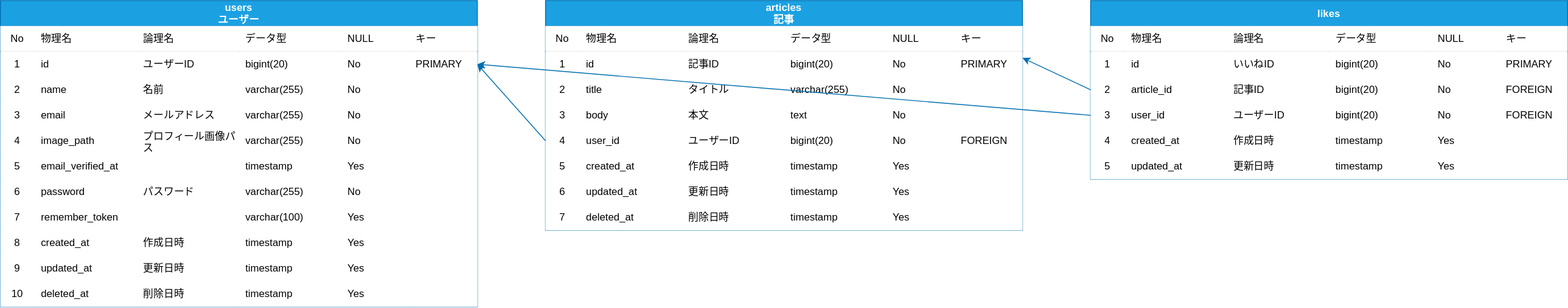
Before: document/er.drawio.svg, a diagram exported from draw.io (Migisan/laravel-vue-project). Source tidied: cells renumbered, new cells last; positions are measured from the earlier drawing's top-left corner, leaving out a move shared by most shapes.
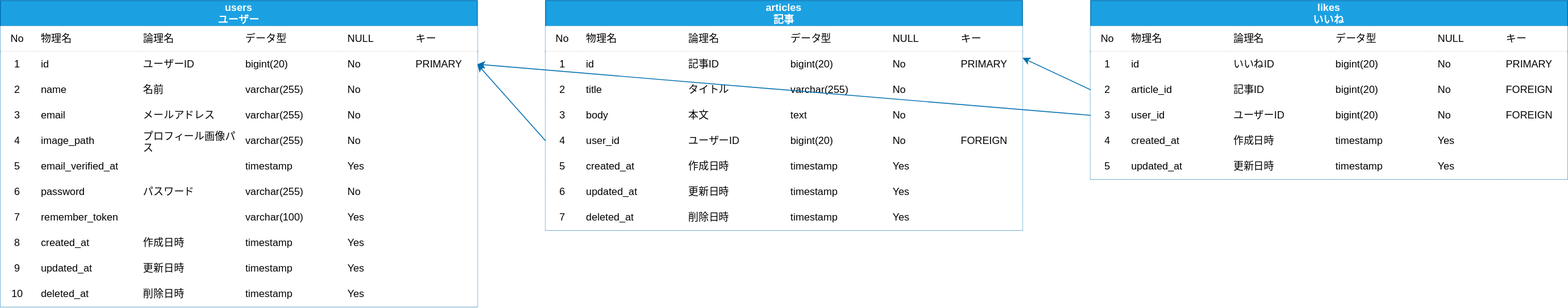
After the change.

Change to the diagram source:
```diff
@@ -410,7 +410,7 @@
     <mxCell id="137" style="html=1;exitX=0;exitY=0.5;exitDx=0;exitDy=0;entryX=1;entryY=0.5;entryDx=0;entryDy=0;fontColor=#FFFFFF;fillColor=#1ba1e2;strokeColor=#006EAF;" parent="1" edge="1" source="109" target="10">
       <mxGeometry relative="1" as="geometry" />
     </mxCell>
-    <mxCell id="138" value="likes" style="shape=table;startSize=30;rowLines=0;fontStyle=1;align=center;fillColor=#1ba1e2;fontColor=#ffffff;strokeColor=#006EAF;" parent="1" vertex="1">
+    <mxCell id="138" value="likes&#10;いいね" style="shape=table;startSize=30;rowLines=0;fontStyle=1;align=center;fillColor=#1ba1e2;fontColor=#ffffff;strokeColor=#006EAF;" parent="1" vertex="1">
       <mxGeometry x="1280" width="560" height="210" as="geometry" />
     </mxCell>
     <mxCell id="139" style="shape=partialRectangle;html=1;whiteSpace=wrap;top=0;left=0;bottom=1;right=0;" parent="138" vertex="1">
```
